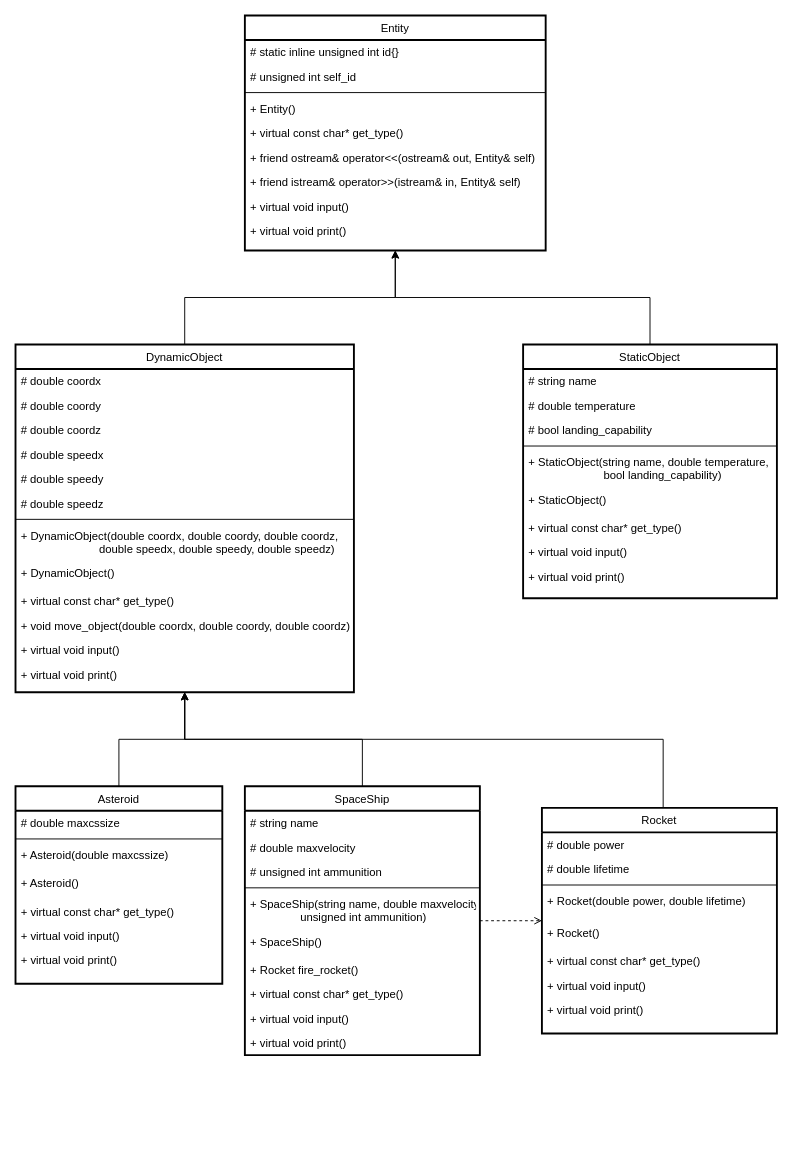
The draw.io diagram C++_Projects/2 term/OOP/4.1/OOP 4.1B.drawio in TheZombieWizard/university-labs, before the edit. Source tidied: cells renumbered, new cells numbered last; positions are measured from the earlier drawing's top-left corner, leaving out a move shared by most shapes. Both pictures are drawn from the tidied source at 94%, with x=0, y=0 at pixel (15, 15).
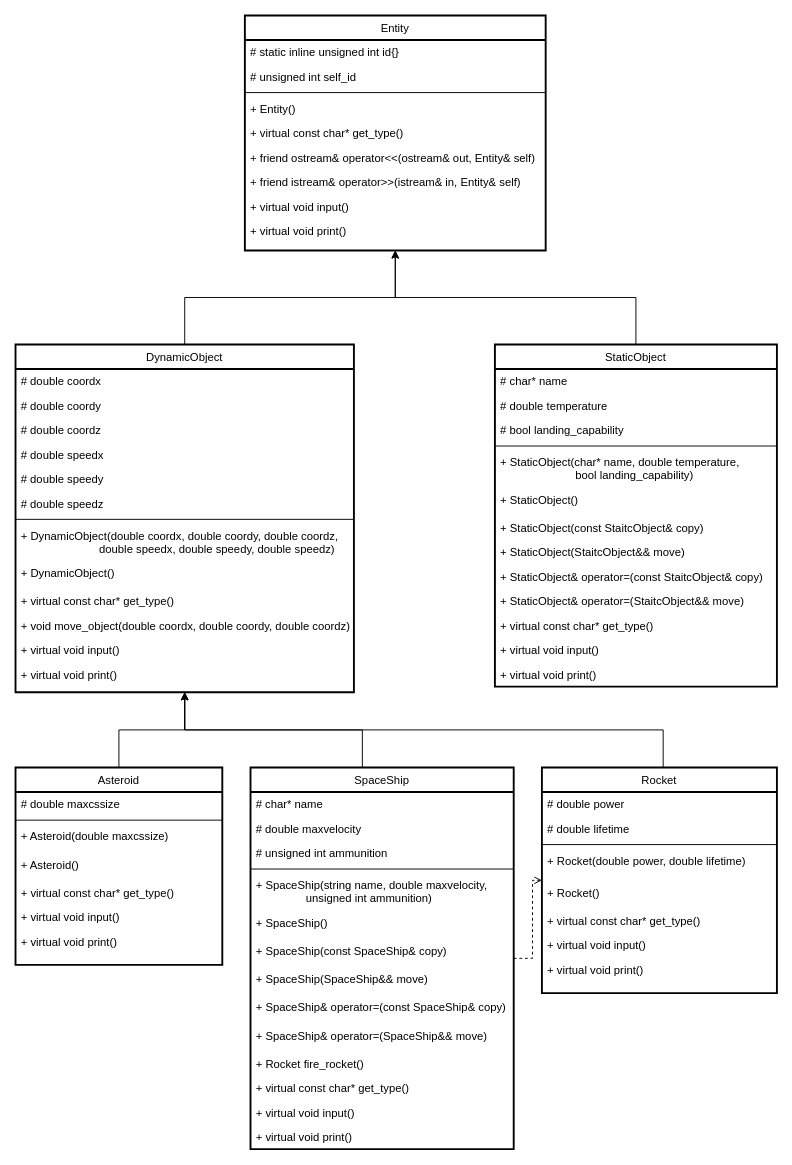
The same page after the edit.

Unchanged cells that the change refers to:
```xml
<mxCell id="13" value="DynamicObject" style="swimlane;fontStyle=0;align=center;verticalAlign=top;horizontal=1;startSize=26;rounded=0;shadow=0;strokeWidth=2;" parent="1" vertex="1">
  <mxGeometry y="350" width="360" height="370" as="geometry" />
</mxCell>
```

Diff of the diagram source:
```diff
@@
     <mxCell id="28" value="StaticObject" style="swimlane;fontStyle=0;align=center;verticalAlign=top;horizontal=1;startSize=26;rounded=0;shadow=0;strokeWidth=2;" parent="1" vertex="1">
-      <mxGeometry x="540" y="350" width="270" height="270" as="geometry" />
+      <mxGeometry x="510" y="350" width="300" height="364" as="geometry" />
     </mxCell>
-    <mxCell id="29" value="# string name" style="text;align=left;verticalAlign=top;spacingLeft=4;spacingRight=4;overflow=hidden;" parent="28" vertex="1">
-      <mxGeometry y="26" width="270" height="26" as="geometry" />
+    <mxCell id="29" value="# char* name" style="text;align=left;verticalAlign=top;spacingLeft=4;spacingRight=4;overflow=hidden;" parent="28" vertex="1">
+      <mxGeometry y="26" width="300" height="26" as="geometry" />
     </mxCell>
     <mxCell id="30" value="# double temperature" style="text;align=left;verticalAlign=top;spacingLeft=4;spacingRight=4;overflow=hidden;" parent="28" vertex="1">
-      <mxGeometry y="52" width="270" height="26" as="geometry" />
+      <mxGeometry y="52" width="300" height="26" as="geometry" />
     </mxCell>
     <mxCell id="31" value="# bool landing_capability" style="text;align=left;verticalAlign=top;spacingLeft=4;spacingRight=4;overflow=hidden;" parent="28" vertex="1">
-      <mxGeometry y="78" width="270" height="26" as="geometry" />
+      <mxGeometry y="78" width="300" height="26" as="geometry" />
     </mxCell>
     <mxCell id="32" style="line;html=1;strokeWidth=1;align=left;verticalAlign=middle;spacingTop=-1;spacingLeft=3;spacingRight=3;labelPosition=right;" parent="28" vertex="1">
-      <mxGeometry y="104" width="270" height="8" as="geometry" />
+      <mxGeometry y="104" width="300" height="8" as="geometry" />
     </mxCell>
-    <mxCell id="33" value="+ StaticObject(string name, double temperature, &#10;                        bool landing_capability)" style="text;align=left;verticalAlign=top;spacingLeft=4;spacingRight=4;overflow=hidden;" parent="28" vertex="1">
-      <mxGeometry y="112" width="270" height="40" as="geometry" />
+    <mxCell id="33" value="+ StaticObject(char* name, double temperature, &#10;                        bool landing_capability)" style="text;align=left;verticalAlign=top;spacingLeft=4;spacingRight=4;overflow=hidden;" parent="28" vertex="1">
+      <mxGeometry y="112" width="300" height="40" as="geometry" />
     </mxCell>
     <mxCell id="34" value="+ StaticObject()" style="text;align=left;verticalAlign=top;spacingLeft=4;spacingRight=4;overflow=hidden;" parent="28" vertex="1">
-      <mxGeometry y="152" width="270" height="30" as="geometry" />
+      <mxGeometry y="152" width="300" height="30" as="geometry" />
     </mxCell>
+    <mxCell id="70" value="+ StaticObject(const StaitcObject&amp; copy)" style="text;align=left;verticalAlign=top;spacingLeft=4;spacingRight=4;overflow=hidden;rounded=0;shadow=0;html=0;" parent="28" vertex="1">
+      <mxGeometry y="182" width="300" height="26" as="geometry" />
+    </mxCell>
+    <mxCell id="71" value="+ StaticObject(StaitcObject&amp;&amp; move)" style="text;align=left;verticalAlign=top;spacingLeft=4;spacingRight=4;overflow=hidden;rounded=0;shadow=0;html=0;" parent="28" vertex="1">
+      <mxGeometry y="208" width="300" height="26" as="geometry" />
+    </mxCell>
+    <mxCell id="72" value="+ StaticObject&amp; operator=(const StaitcObject&amp; copy)" style="text;align=left;verticalAlign=top;spacingLeft=4;spacingRight=4;overflow=hidden;rounded=0;shadow=0;html=0;" parent="28" vertex="1">
+      <mxGeometry y="234" width="300" height="26" as="geometry" />
+    </mxCell>
+    <mxCell id="73" value="+ StaticObject&amp; operator=(StaitcObject&amp;&amp; move)" style="text;align=left;verticalAlign=top;spacingLeft=4;spacingRight=4;overflow=hidden;rounded=0;shadow=0;html=0;" parent="28" vertex="1">
+      <mxGeometry y="260" width="300" height="26" as="geometry" />
+    </mxCell>
     <mxCell id="35" value="+ virtual const char* get_type()" style="text;align=left;verticalAlign=top;spacingLeft=4;spacingRight=4;overflow=hidden;rounded=0;shadow=0;html=0;" parent="28" vertex="1">
-      <mxGeometry y="182" width="270" height="26" as="geometry" />
+      <mxGeometry y="286" width="300" height="26" as="geometry" />
     </mxCell>
     <mxCell id="36" value="+ virtual void input() " style="text;align=left;verticalAlign=top;spacingLeft=4;spacingRight=4;overflow=hidden;rounded=0;shadow=0;html=0;" parent="28" vertex="1">
-      <mxGeometry y="208" width="270" height="26" as="geometry" />
+      <mxGeometry y="312" width="300" height="26" as="geometry" />
     </mxCell>
     <mxCell id="37" value="+ virtual void print() " style="text;align=left;verticalAlign=top;spacingLeft=4;spacingRight=4;overflow=hidden;rounded=0;shadow=0;html=0;" parent="28" vertex="1">
-      <mxGeometry y="234" width="270" height="26" as="geometry" />
+      <mxGeometry y="338" width="300" height="26" as="geometry" />
     </mxCell>
     <mxCell id="38" style="edgeStyle=orthogonalEdgeStyle;rounded=0;jettySize=auto;html=1;" parent="1" edge="1" source="39" target="13">
-      <mxGeometry relative="1" as="geometry" />
+      <mxGeometry relative="1" as="geometry">
+        <Array as="points">
+          <mxPoint x="110" y="760" />
+          <mxPoint x="180" y="760" />
+        </Array>
+      </mxGeometry>
     </mxCell>
     <mxCell id="39" value="Asteroid" style="swimlane;fontStyle=0;align=center;verticalAlign=top;horizontal=1;startSize=26;rounded=0;shadow=0;strokeWidth=2;" parent="1" vertex="1">
-      <mxGeometry y="820" width="220" height="210" as="geometry" />
+      <mxGeometry y="800" width="220" height="210" as="geometry" />
     </mxCell>
@@
     <mxCell id="47" style="edgeStyle=orthogonalEdgeStyle;rounded=0;jettySize=auto;html=1;" parent="1" edge="1" source="49" target="13">
-      <mxGeometry relative="1" as="geometry" />
+      <mxGeometry relative="1" as="geometry">
+        <Array as="points">
+          <mxPoint x="369" y="760" />
+          <mxPoint x="180" y="760" />
+        </Array>
+      </mxGeometry>
     </mxCell>
@@
     <mxCell id="49" value="SpaceShip" style="swimlane;fontStyle=0;align=center;verticalAlign=top;horizontal=1;startSize=26;rounded=0;shadow=0;strokeWidth=2;" parent="1" vertex="1">
-      <mxGeometry x="244" y="820" width="250" height="286" as="geometry" />
+      <mxGeometry x="250" y="800" width="280" height="406" as="geometry" />
     </mxCell>
-    <mxCell id="50" value="# string name" style="text;align=left;verticalAlign=top;spacingLeft=4;spacingRight=4;overflow=hidden;" parent="49" vertex="1">
-      <mxGeometry y="26" width="250" height="26" as="geometry" />
+    <mxCell id="50" value="# char* name" style="text;align=left;verticalAlign=top;spacingLeft=4;spacingRight=4;overflow=hidden;" parent="49" vertex="1">
+      <mxGeometry y="26" width="280" height="26" as="geometry" />
     </mxCell>
     <mxCell id="51" value="# double maxvelocity" style="text;align=left;verticalAlign=top;spacingLeft=4;spacingRight=4;overflow=hidden;" parent="49" vertex="1">
-      <mxGeometry y="52" width="250" height="26" as="geometry" />
+      <mxGeometry y="52" width="280" height="26" as="geometry" />
     </mxCell>
     <mxCell id="52" value="# unsigned int ammunition" style="text;align=left;verticalAlign=top;spacingLeft=4;spacingRight=4;overflow=hidden;" parent="49" vertex="1">
-      <mxGeometry y="78" width="250" height="26" as="geometry" />
+      <mxGeometry y="78" width="280" height="26" as="geometry" />
     </mxCell>
     <mxCell id="53" style="line;html=1;strokeWidth=1;align=left;verticalAlign=middle;spacingTop=-1;spacingLeft=3;spacingRight=3;labelPosition=right;" parent="49" vertex="1">
-      <mxGeometry y="104" width="250" height="8" as="geometry" />
+      <mxGeometry y="104" width="280" height="8" as="geometry" />
     </mxCell>
     <mxCell id="54" value="+ SpaceShip(string name, double maxvelocity, &#10;                unsigned int ammunition)" style="text;align=left;verticalAlign=top;spacingLeft=4;spacingRight=4;overflow=hidden;" parent="49" vertex="1">
-      <mxGeometry y="112" width="250" height="40" as="geometry" />
+      <mxGeometry y="112" width="280" height="40" as="geometry" />
     </mxCell>
     <mxCell id="55" value="+ SpaceShip()" style="text;align=left;verticalAlign=top;spacingLeft=4;spacingRight=4;overflow=hidden;" parent="49" vertex="1">
-      <mxGeometry y="152" width="250" height="30" as="geometry" />
+      <mxGeometry y="152" width="280" height="30" as="geometry" />
     </mxCell>
+    <mxCell id="74" value="+ SpaceShip(const SpaceShip&amp; copy)" style="text;align=left;verticalAlign=top;spacingLeft=4;spacingRight=4;overflow=hidden;" parent="49" vertex="1">
+      <mxGeometry y="182" width="280" height="30" as="geometry" />
+    </mxCell>
+    <mxCell id="75" value="+ SpaceShip(SpaceShip&amp;&amp; move)" style="text;align=left;verticalAlign=top;spacingLeft=4;spacingRight=4;overflow=hidden;" parent="49" vertex="1">
+      <mxGeometry y="212" width="280" height="30" as="geometry" />
+    </mxCell>
+    <mxCell id="76" value="+ SpaceShip&amp; operator=(const SpaceShip&amp; copy)" style="text;align=left;verticalAlign=top;spacingLeft=4;spacingRight=4;overflow=hidden;" parent="49" vertex="1">
+      <mxGeometry y="242" width="280" height="30" as="geometry" />
+    </mxCell>
+    <mxCell id="77" value="+ SpaceShip&amp; operator=(SpaceShip&amp;&amp; move)" style="text;align=left;verticalAlign=top;spacingLeft=4;spacingRight=4;overflow=hidden;" parent="49" vertex="1">
+      <mxGeometry y="272" width="280" height="30" as="geometry" />
+    </mxCell>
     <mxCell id="56" value="+ Rocket fire_rocket()" style="text;align=left;verticalAlign=top;spacingLeft=4;spacingRight=4;overflow=hidden;rounded=0;shadow=0;html=0;" parent="49" vertex="1">
-      <mxGeometry y="182" width="250" height="26" as="geometry" />
+      <mxGeometry y="302" width="280" height="26" as="geometry" />
     </mxCell>
     <mxCell id="57" value="+ virtual const char* get_type()" style="text;align=left;verticalAlign=top;spacingLeft=4;spacingRight=4;overflow=hidden;rounded=0;shadow=0;html=0;" parent="49" vertex="1">
-      <mxGeometry y="208" width="250" height="26" as="geometry" />
+      <mxGeometry y="328" width="280" height="26" as="geometry" />
     </mxCell>
     <mxCell id="58" value="+ virtual void input() " style="text;align=left;verticalAlign=top;spacingLeft=4;spacingRight=4;overflow=hidden;rounded=0;shadow=0;html=0;" parent="49" vertex="1">
-      <mxGeometry y="234" width="250" height="26" as="geometry" />
+      <mxGeometry y="354" width="280" height="26" as="geometry" />
     </mxCell>
     <mxCell id="59" value="+ virtual void print() " style="text;align=left;verticalAlign=top;spacingLeft=4;spacingRight=4;overflow=hidden;rounded=0;shadow=0;html=0;" parent="49" vertex="1">
-      <mxGeometry y="260" width="250" height="26" as="geometry" />
+      <mxGeometry y="380" width="280" height="26" as="geometry" />
     </mxCell>
     <mxCell id="60" style="edgeStyle=orthogonalEdgeStyle;rounded=0;jettySize=auto;html=1;" parent="1" edge="1" source="61" target="13">
       <mxGeometry relative="1" as="geometry">
         <Array as="points">
-          <mxPoint x="689" y="770" />
-          <mxPoint x="180" y="770" />
+          <mxPoint x="689" y="760" />
+          <mxPoint x="180" y="760" />
         </Array>
       </mxGeometry>
     </mxCell>
     <mxCell id="61" value="Rocket" style="swimlane;fontStyle=0;align=center;verticalAlign=top;horizontal=1;startSize=26;rounded=0;shadow=0;strokeWidth=2;" parent="1" vertex="1">
-      <mxGeometry x="560" y="843" width="250" height="240" as="geometry" />
+      <mxGeometry x="560" y="800" width="250" height="240" as="geometry" />
     </mxCell>
```
